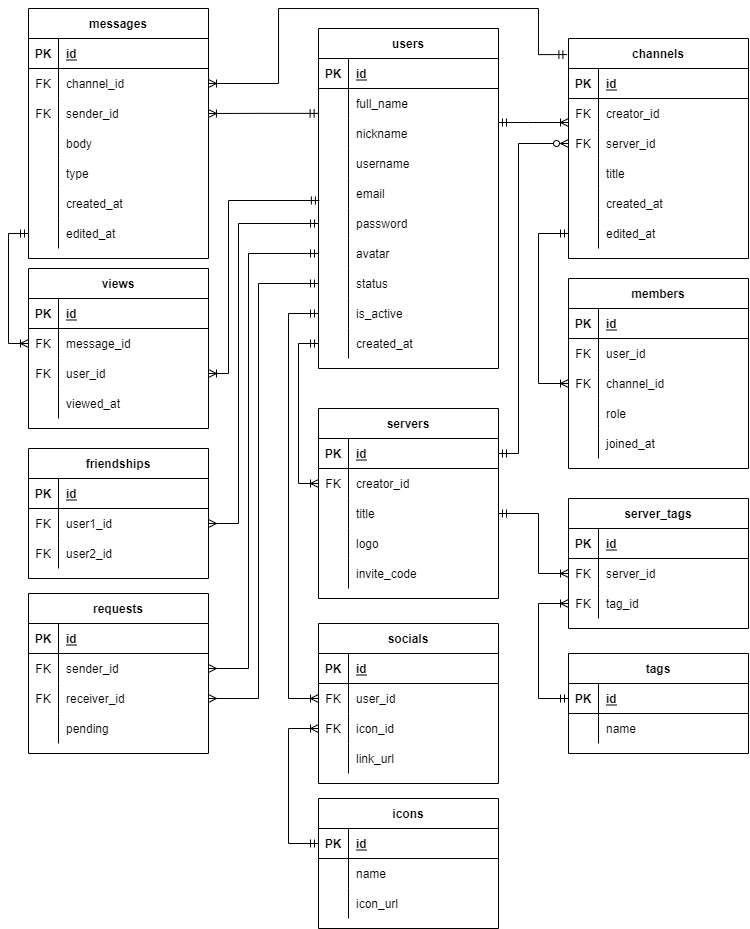
Earlier version of the draw.io export docs/planning/ERD - reviewed.png (adamhirzalla/disnode). Source tidied: cells renumbered, new cells last; positions are measured from the earlier drawing's top-left corner, leaving out a move shared by most shapes.
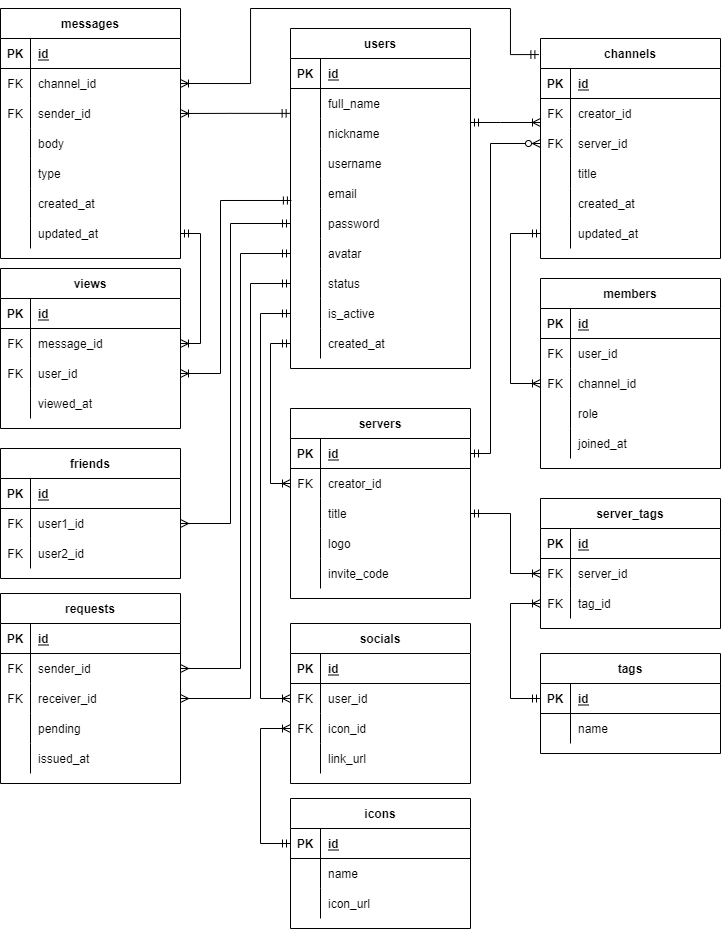
After the commit.

Commit message:
update schema + seeds after ERD review

Diff of the diagram source:
```diff
@@ -149,7 +149,7 @@
     <mxCell id="50" style="shape=partialRectangle;fillColor=none;top=0;left=0;bottom=0;right=0;overflow=hidden;" parent="49" vertex="1">
       <mxGeometry width="30" height="30" as="geometry" />
     </mxCell>
-    <mxCell id="51" value="edited_at" style="shape=partialRectangle;fillColor=none;top=0;left=0;bottom=0;right=0;align=left;spacingLeft=6;overflow=hidden;" parent="49" vertex="1">
+    <mxCell id="51" value="updated_at" style="shape=partialRectangle;fillColor=none;top=0;left=0;bottom=0;right=0;align=left;spacingLeft=6;overflow=hidden;" parent="49" vertex="1">
       <mxGeometry x="30" width="150" height="30" as="geometry" />
     </mxCell>
     <mxCell id="52" value="members" style="shape=table;startSize=30;rowLines=0;fontStyle=1;align=center;" parent="1" vertex="1">
@@ -472,10 +472,10 @@
     <mxCell id="148" style="shape=partialRectangle;fillColor=none;top=0;left=0;bottom=0;right=0;overflow=hidden;" parent="147" vertex="1">
       <mxGeometry width="30" height="30" as="geometry" />
     </mxCell>
-    <mxCell id="149" value="edited_at" style="shape=partialRectangle;fillColor=none;top=0;left=0;bottom=0;right=0;align=left;spacingLeft=6;overflow=hidden;" parent="147" vertex="1">
+    <mxCell id="149" value="updated_at" style="shape=partialRectangle;fillColor=none;top=0;left=0;bottom=0;right=0;align=left;spacingLeft=6;overflow=hidden;" parent="147" vertex="1">
       <mxGeometry x="30" width="150" height="30" as="geometry" />
     </mxCell>
-    <mxCell id="150" value="friendships" style="shape=table;startSize=30;rowLines=0;fontStyle=1;align=center;" parent="1" vertex="1">
+    <mxCell id="150" value="friends" style="shape=table;startSize=30;rowLines=0;fontStyle=1;align=center;" parent="1" vertex="1">
       <mxGeometry x="50" y="440" width="180" height="130" as="geometry" />
     </mxCell>
     <mxCell id="151" style="shape=partialRectangle;fillColor=none;top=0;left=0;bottom=1;right=0;" parent="150" vertex="1">
@@ -506,7 +506,7 @@
       <mxGeometry x="30" width="150" height="30" as="geometry" />
     </mxCell>
     <mxCell id="160" value="requests" style="shape=table;startSize=30;rowLines=0;fontStyle=1;align=center;" parent="1" vertex="1">
-      <mxGeometry x="50" y="585" width="180" height="160" as="geometry" />
+      <mxGeometry x="50" y="585" width="180" height="190" as="geometry" />
     </mxCell>
     <mxCell id="161" style="shape=partialRectangle;fillColor=none;top=0;left=0;bottom=1;right=0;" parent="160" vertex="1">
       <mxGeometry y="30" width="180" height="30" as="geometry" />
@@ -544,6 +544,15 @@
     <mxCell id="172" value="pending" style="shape=partialRectangle;fillColor=none;top=0;left=0;bottom=0;right=0;align=left;spacingLeft=6;overflow=hidden;" parent="170" vertex="1">
       <mxGeometry x="30" width="150" height="30" as="geometry" />
     </mxCell>
+    <mxCell id="197" style="shape=tableRow;horizontal=0;startSize=0;swimlaneHead=0;swimlaneBody=0;fillColor=none;top=0;left=0;right=0;bottom=0;" parent="160" vertex="1">
+      <mxGeometry y="150" width="180" height="30" as="geometry" />
+    </mxCell>
+    <mxCell id="198" style="shape=partialRectangle;fillColor=none;top=0;left=0;bottom=0;right=0;overflow=hidden;" parent="197" vertex="1">
+      <mxGeometry width="30" height="30" as="geometry" />
+    </mxCell>
+    <mxCell id="199" value="issued_at" style="shape=partialRectangle;fillColor=none;top=0;left=0;bottom=0;right=0;align=left;spacingLeft=6;overflow=hidden;" parent="197" vertex="1">
+      <mxGeometry x="30" width="150" height="30" as="geometry" />
+    </mxCell>
     <mxCell id="173" value="views" style="shape=table;startSize=30;rowLines=0;fontStyle=1;align=center;" parent="1" vertex="1">
       <mxGeometry x="50" y="260" width="180" height="160" as="geometry" />
     </mxCell>
@@ -611,10 +620,10 @@
         </Array>
       </mxGeometry>
     </mxCell>
-    <mxCell id="189" style="edgeStyle=elbowEdgeStyle;fontSize=12;html=1;endArrow=ERoneToMany;startArrow=ERmandOne;rounded=0;entryX=0;entryY=0.5;entryDx=0;entryDy=0;exitX=0;exitY=0.5;exitDx=0;exitDy=0;" parent="1" edge="1" source="147" target="177">
+    <mxCell id="189" style="edgeStyle=elbowEdgeStyle;fontSize=12;html=1;endArrow=ERoneToMany;startArrow=ERmandOne;rounded=0;entryX=1;entryY=0.5;entryDx=0;entryDy=0;exitX=1;exitY=0.5;exitDx=0;exitDy=0;" parent="1" edge="1" source="147" target="177">
       <mxGeometry relative="1" as="geometry">
         <Array as="points">
-          <mxPoint x="30" y="300" />
+          <mxPoint x="250" y="280" />
           <mxPoint x="260" y="300" />
           <mxPoint x="270" y="310" />
         </Array>
@@ -623,6 +632,7 @@
     <mxCell id="190" style="edgeStyle=elbowEdgeStyle;fontSize=12;html=1;endArrow=ERoneToMany;startArrow=ERmandOne;rounded=0;entryX=1;entryY=0.5;entryDx=0;entryDy=0;exitX=0.005;exitY=0.733;exitDx=0;exitDy=0;exitPerimeter=0;" parent="1" edge="1" source="15" target="180">
       <mxGeometry relative="1" as="geometry">
         <Array as="points">
+          <mxPoint x="270" y="280" />
           <mxPoint x="250" y="360" />
           <mxPoint x="490" y="319" />
           <mxPoint x="500" y="329" />
@@ -632,6 +642,7 @@
     <mxCell id="191" style="edgeStyle=elbowEdgeStyle;fontSize=12;html=1;endArrow=ERmany;startArrow=ERmandOne;rounded=0;entryX=1;entryY=0.5;entryDx=0;entryDy=0;exitX=0;exitY=0.5;exitDx=0;exitDy=0;endFill=0;" parent="1" edge="1" source="18" target="154">
       <mxGeometry relative="1" as="geometry">
         <Array as="points">
+          <mxPoint x="280" y="290" />
           <mxPoint x="260" y="290" />
           <mxPoint x="270" y="340" />
           <mxPoint x="260" y="390" />
@@ -677,6 +688,7 @@
     <mxCell id="195" style="edgeStyle=elbowEdgeStyle;fontSize=12;html=1;endArrow=ERmany;startArrow=ERmandOne;rounded=0;entryX=1;entryY=0.5;entryDx=0;entryDy=0;exitX=0;exitY=0.5;exitDx=0;exitDy=0;endFill=0;" parent="1" edge="1" source="21" target="164">
       <mxGeometry relative="1" as="geometry">
         <Array as="points">
+          <mxPoint x="290" y="300" />
           <mxPoint x="270" y="435" />
           <mxPoint x="280" y="485" />
           <mxPoint x="270" y="535" />
@@ -689,6 +701,7 @@
     <mxCell id="196" style="edgeStyle=elbowEdgeStyle;fontSize=12;html=1;endArrow=ERmany;startArrow=ERmandOne;rounded=0;entryX=1;entryY=0.5;entryDx=0;entryDy=0;exitX=0;exitY=0.5;exitDx=0;exitDy=0;endFill=0;" parent="1" edge="1" source="24" target="167">
       <mxGeometry relative="1" as="geometry">
         <Array as="points">
+          <mxPoint x="300" y="310" />
           <mxPoint x="280" y="470" />
           <mxPoint x="290" y="520" />
           <mxPoint x="280" y="570" />
```
